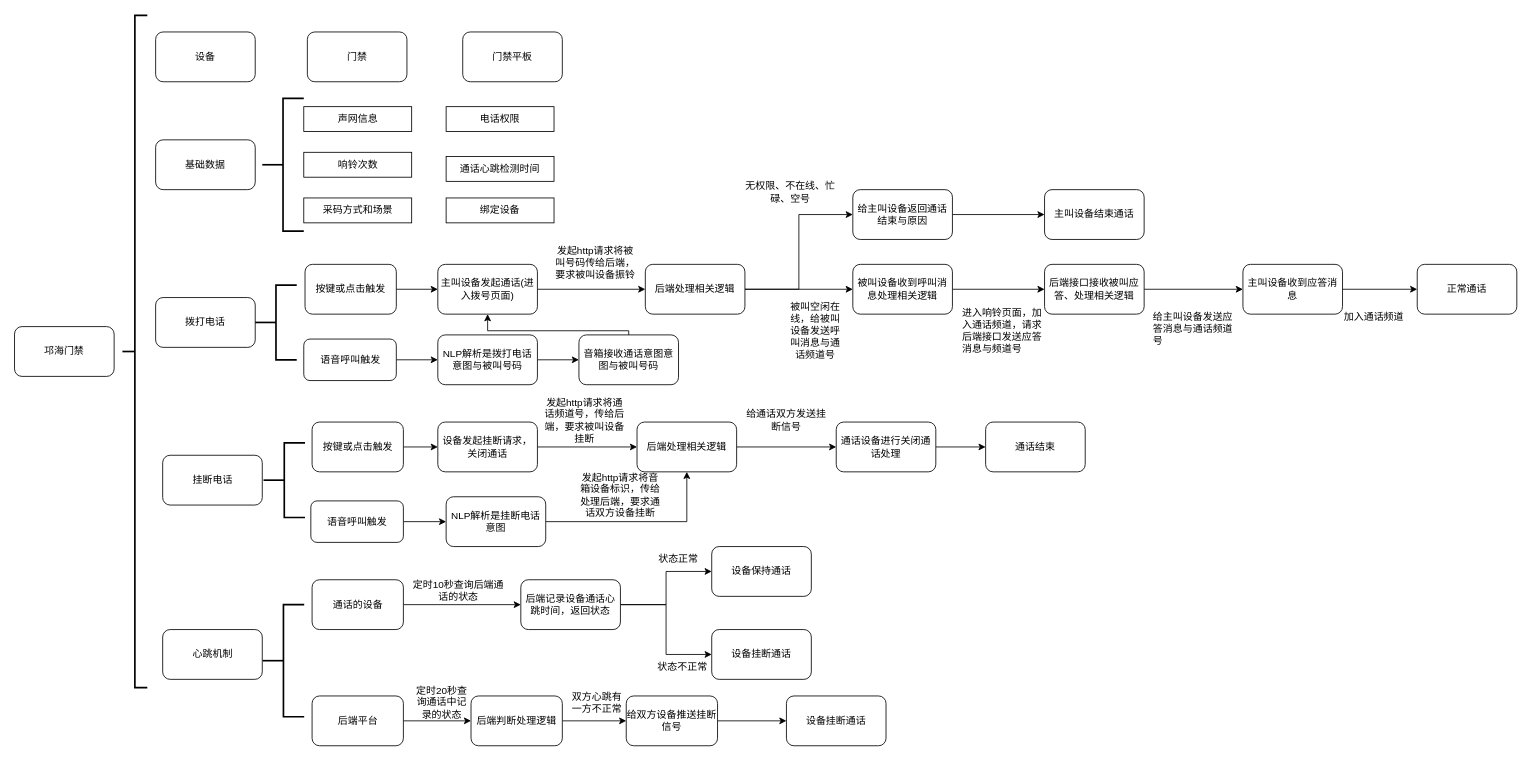
daniel-7d/draw keeps this draw.io diagram as xzzh/邛海门禁.drawio. Above is the earlier version. Source tidied: cells renumbered, new cells numbered last; positions are measured from the earlier drawing's top-left corner, leaving out a move shared by most shapes. Both pictures are drawn from the tidied source at 83%, with x=0, y=0 at pixel (14, 15).
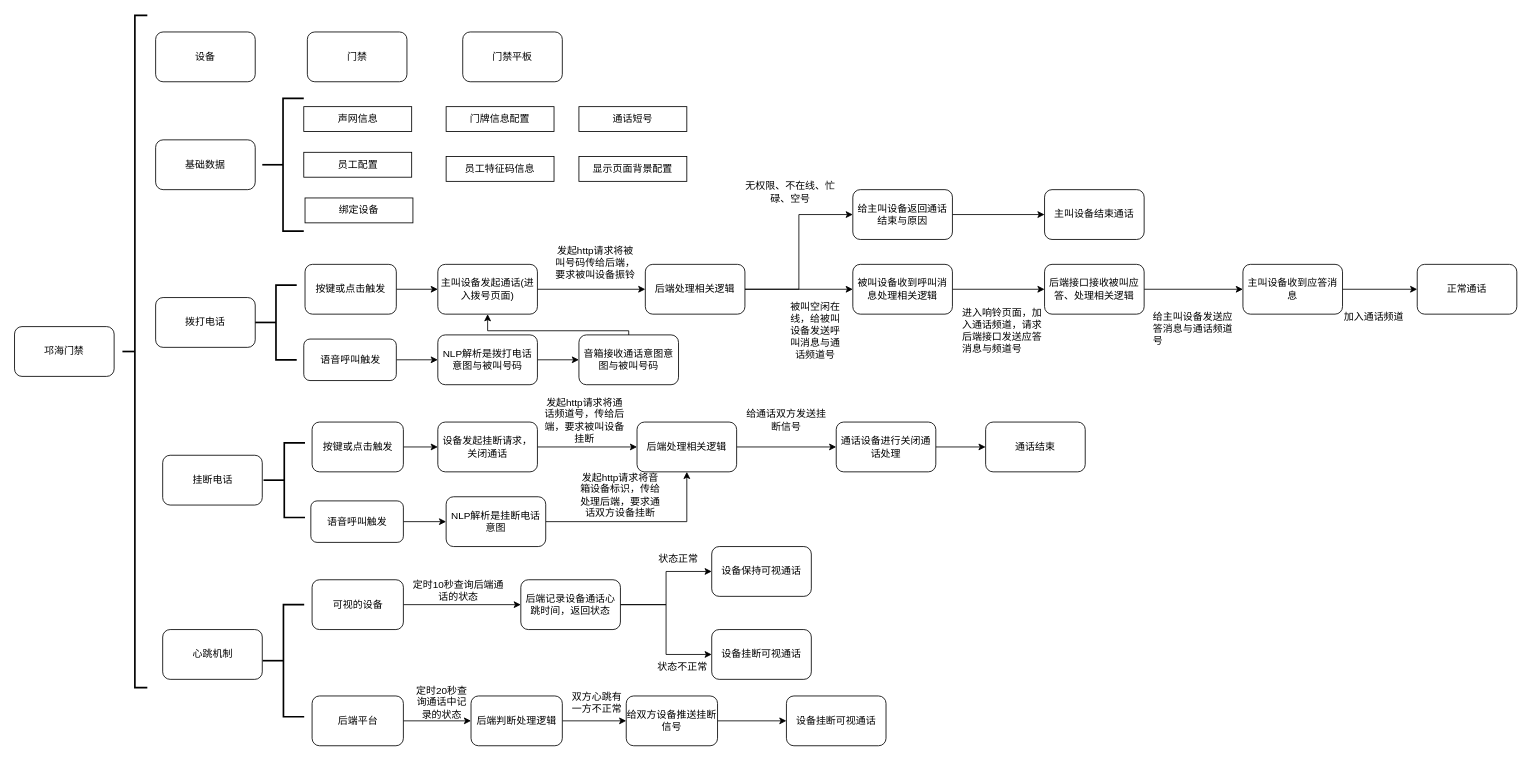
Above is the later version.

Commit message (it also covers changes not shown here):
更新邛海门禁.drawio

Diff of the diagram source:
```diff
@@
-    <mxCell id="7" value="电话权限" style="rounded=0;whiteSpace=wrap;html=1;" parent="1" vertex="1">
+    <mxCell id="7" value="门牌信息配置" style="rounded=0;whiteSpace=wrap;html=1;" parent="1" vertex="1">
       <mxGeometry x="520" y="110" width="130" height="30" as="geometry" />
     </mxCell>
-    <mxCell id="8" value="响铃次数" style="rounded=0;whiteSpace=wrap;html=1;" parent="1" vertex="1">
+    <mxCell id="8" value="员工配置" style="rounded=0;whiteSpace=wrap;html=1;" parent="1" vertex="1">
       <mxGeometry x="348.5" y="165" width="130" height="30" as="geometry" />
     </mxCell>
-    <mxCell id="9" value="通话心跳检测时间" style="rounded=0;whiteSpace=wrap;html=1;" parent="1" vertex="1">
+    <mxCell id="9" value="员工特征码信息" style="rounded=0;whiteSpace=wrap;html=1;" parent="1" vertex="1">
       <mxGeometry x="520" y="170" width="130" height="30" as="geometry" />
     </mxCell>
-    <mxCell id="10" value="采码方式和场景" style="rounded=0;whiteSpace=wrap;html=1;" parent="1" vertex="1">
-      <mxGeometry x="348.5" y="220" width="130" height="30" as="geometry" />
+    <mxCell id="10" value="显示页面背景配置" style="rounded=0;whiteSpace=wrap;html=1;" parent="1" vertex="1">
+      <mxGeometry x="680" y="170" width="130" height="30" as="geometry" />
     </mxCell>
     <mxCell id="11" value="绑定设备" style="rounded=0;whiteSpace=wrap;html=1;" parent="1" vertex="1">
-      <mxGeometry x="520" y="220" width="130" height="30" as="geometry" />
+      <mxGeometry x="350" y="220" width="130" height="30" as="geometry" />
     </mxCell>
@@
-    <mxCell id="64" value="通话的设备" style="rounded=1;whiteSpace=wrap;html=1;" parent="1" vertex="1">
+    <mxCell id="64" value="可视的设备" style="rounded=1;whiteSpace=wrap;html=1;" parent="1" vertex="1">
       <mxGeometry x="358.5" y="680" width="110" height="60" as="geometry" />
     </mxCell>
@@
-    <mxCell id="71" value="设备保持通话" style="rounded=1;whiteSpace=wrap;html=1;" parent="1" vertex="1">
+    <mxCell id="71" value="设备保持可视通话" style="rounded=1;whiteSpace=wrap;html=1;" parent="1" vertex="1">
       <mxGeometry x="840" y="640" width="120" height="60" as="geometry" />
     </mxCell>
@@
-    <mxCell id="73" value="设备挂断通话" style="rounded=1;whiteSpace=wrap;html=1;" parent="1" vertex="1">
+    <mxCell id="73" value="设备挂断可视通话" style="rounded=1;whiteSpace=wrap;html=1;" parent="1" vertex="1">
       <mxGeometry x="840" y="740" width="120" height="60" as="geometry" />
     </mxCell>
@@
-    <mxCell id="80" value="设备挂断通话" style="rounded=1;whiteSpace=wrap;html=1;" parent="1" vertex="1">
+    <mxCell id="80" value="设备挂断可视通话" style="rounded=1;whiteSpace=wrap;html=1;" parent="1" vertex="1">
       <mxGeometry x="930" y="820" width="120" height="60" as="geometry" />
     </mxCell>
@@
+    <mxCell id="85" value="通话短号" style="rounded=0;whiteSpace=wrap;html=1;" parent="1" vertex="1">
+      <mxGeometry x="680" y="110" width="130" height="30" as="geometry" />
+    </mxCell>
```
